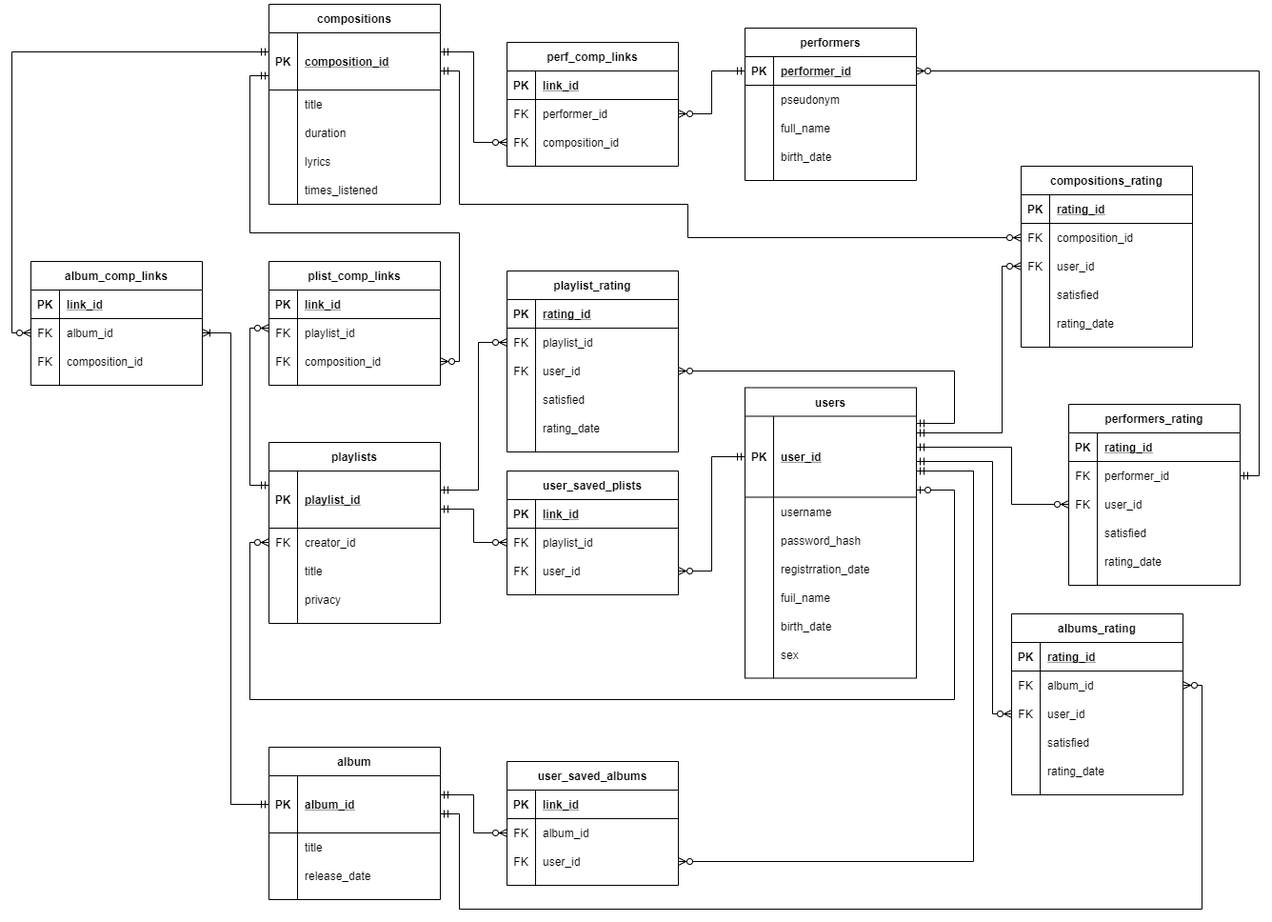
Above: visuals/model 2.png in wmdanor-archive/db_cw_20 (draw.io), before the change. Source tidied: cells renumbered, new cells last; positions are measured from the earlier drawing's top-left corner, leaving out a move shared by most shapes.
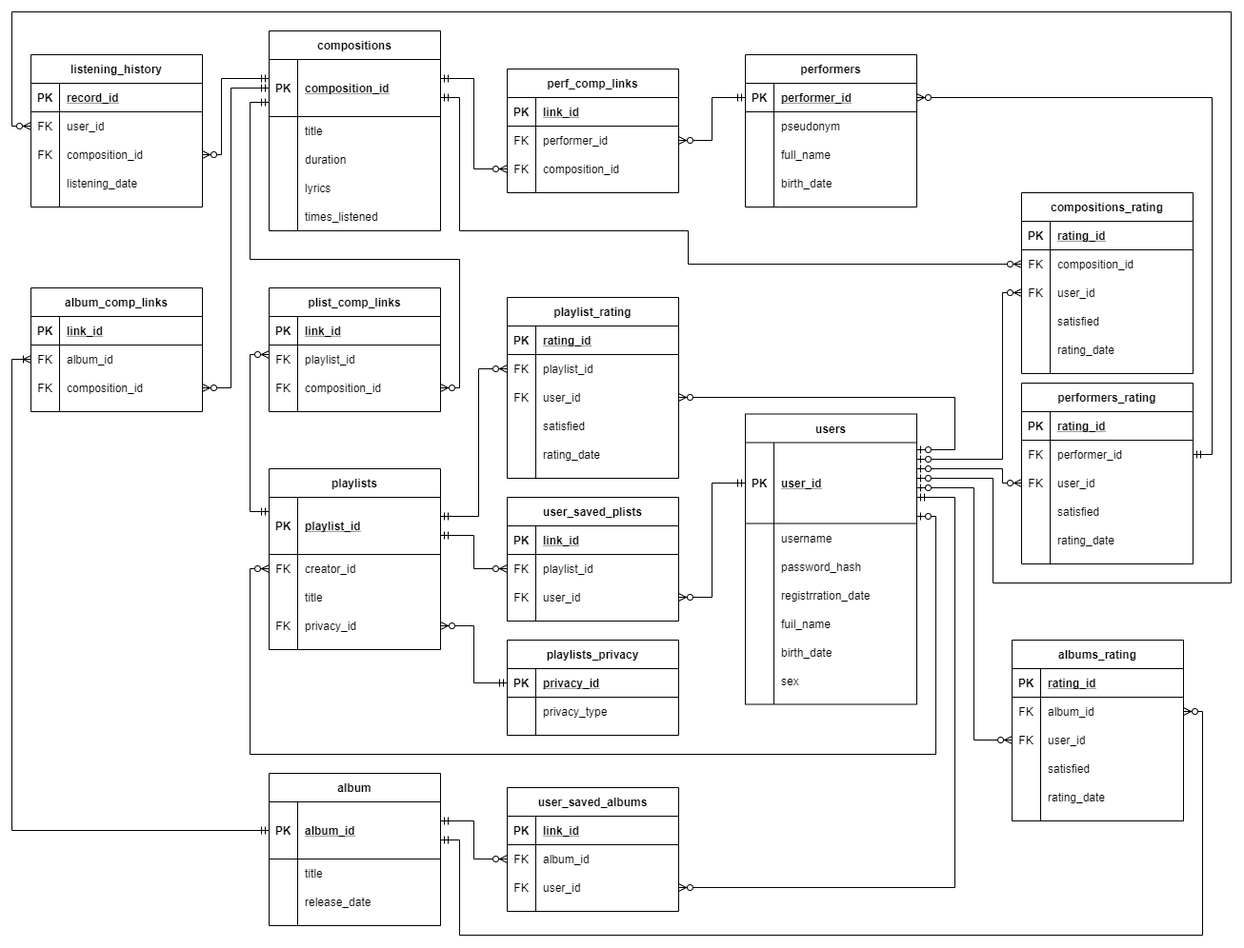
The same diagram one commit later.

Commit message:
databse model done

Diff of the diagram source:
```diff
@@ -75,9 +75,9 @@
     <mxCell id="18" style="edgeStyle=orthogonalEdgeStyle;rounded=0;jettySize=auto;html=1;startArrow=ERzeroToOne;startFill=1;endArrow=ERzeroToMany;endFill=1;" parent="1" edge="1" source="43" target="23">
       <mxGeometry relative="1" as="geometry">
         <Array as="points">
-          <mxPoint x="990" y="510" />
-          <mxPoint x="990" y="730" />
-          <mxPoint x="250" y="730" />
+          <mxPoint x="970" y="510" />
+          <mxPoint x="970" y="760" />
+          <mxPoint x="250" y="760" />
           <mxPoint x="250" y="565" />
         </Array>
       </mxGeometry>
@@ -115,10 +115,10 @@
     <mxCell id="29" style="shape=partialRectangle;fillColor=none;top=0;left=0;bottom=0;right=0;points=[[0,0.5],[1,0.5]];portConstraint=eastwest;" parent="19" vertex="1">
       <mxGeometry y="150" width="180" height="30" as="geometry" />
     </mxCell>
-    <mxCell id="30" style="shape=partialRectangle;fillColor=none;top=0;left=0;bottom=0;right=0;overflow=hidden;" parent="29" vertex="1">
+    <mxCell id="30" value="FK" style="shape=partialRectangle;fillColor=none;top=0;left=0;bottom=0;right=0;overflow=hidden;" parent="29" vertex="1">
       <mxGeometry width="30" height="30" as="geometry" />
     </mxCell>
-    <mxCell id="31" value="privacy" style="shape=partialRectangle;fillColor=none;top=0;left=0;bottom=0;right=0;align=left;spacingLeft=6;overflow=hidden;" parent="29" vertex="1">
+    <mxCell id="31" value="privacy_id" style="shape=partialRectangle;fillColor=none;top=0;left=0;bottom=0;right=0;align=left;spacingLeft=6;overflow=hidden;" parent="29" vertex="1">
       <mxGeometry x="30" width="150" height="30" as="geometry" />
     </mxCell>
     <mxCell id="32" value="user_saved_plists" style="shape=table;startSize=30;rowLines=0;fontStyle=1;align=center;" parent="1" vertex="1">
@@ -334,6 +334,45 @@
     <mxCell id="102" value="birth_date" style="shape=partialRectangle;fillColor=none;top=0;left=0;bottom=0;right=0;align=left;spacingLeft=6;overflow=hidden;" parent="100" vertex="1">
       <mxGeometry x="30" width="150" height="30" as="geometry" />
     </mxCell>
+    <mxCell id="209" value="listening_history" style="shape=table;startSize=30;rowLines=0;fontStyle=1;align=center;" parent="1" vertex="1">
+      <mxGeometry x="20" y="25" width="180" height="160" as="geometry" />
+    </mxCell>
+    <mxCell id="210" style="shape=partialRectangle;fillColor=none;top=0;left=0;bottom=1;right=0;" parent="209" vertex="1">
+      <mxGeometry y="30" width="180" height="30" as="geometry" />
+    </mxCell>
+    <mxCell id="211" value="PK" style="shape=partialRectangle;fillColor=none;top=0;left=0;bottom=0;right=0;fontStyle=1;overflow=hidden;" parent="210" vertex="1">
+      <mxGeometry width="30" height="30" as="geometry" />
+    </mxCell>
+    <mxCell id="212" value="record_id" style="shape=partialRectangle;fillColor=none;top=0;left=0;bottom=0;right=0;align=left;spacingLeft=6;fontStyle=5;overflow=hidden;" parent="210" vertex="1">
+      <mxGeometry x="30" width="150" height="30" as="geometry" />
+    </mxCell>
+    <mxCell id="213" style="shape=partialRectangle;fillColor=none;top=0;left=0;bottom=0;right=0;points=[[0,0.5],[1,0.5]];portConstraint=eastwest;" parent="209" vertex="1">
+      <mxGeometry y="60" width="180" height="30" as="geometry" />
+    </mxCell>
+    <mxCell id="214" value="FK" style="shape=partialRectangle;fillColor=none;top=0;left=0;bottom=0;right=0;overflow=hidden;" parent="213" vertex="1">
+      <mxGeometry width="30" height="30" as="geometry" />
+    </mxCell>
+    <mxCell id="215" value="user_id" style="shape=partialRectangle;fillColor=none;top=0;left=0;bottom=0;right=0;align=left;spacingLeft=6;overflow=hidden;" parent="213" vertex="1">
+      <mxGeometry x="30" width="150" height="30" as="geometry" />
+    </mxCell>
+    <mxCell id="216" style="shape=partialRectangle;fillColor=none;top=0;left=0;bottom=0;right=0;points=[[0,0.5],[1,0.5]];portConstraint=eastwest;" parent="209" vertex="1">
+      <mxGeometry y="90" width="180" height="30" as="geometry" />
+    </mxCell>
+    <mxCell id="217" value="FK" style="shape=partialRectangle;fillColor=none;top=0;left=0;bottom=0;right=0;overflow=hidden;" parent="216" vertex="1">
+      <mxGeometry width="30" height="30" as="geometry" />
+    </mxCell>
+    <mxCell id="218" value="composition_id" style="shape=partialRectangle;fillColor=none;top=0;left=0;bottom=0;right=0;align=left;spacingLeft=6;overflow=hidden;" parent="216" vertex="1">
+      <mxGeometry x="30" width="150" height="30" as="geometry" />
+    </mxCell>
+    <mxCell id="219" style="shape=partialRectangle;fillColor=none;top=0;left=0;bottom=0;right=0;" parent="209" vertex="1">
+      <mxGeometry y="120" width="180" height="30" as="geometry" />
+    </mxCell>
+    <mxCell id="220" style="shape=partialRectangle;fillColor=none;top=0;left=0;bottom=0;right=0;overflow=hidden;" parent="219" vertex="1">
+      <mxGeometry width="30" height="30" as="geometry" />
+    </mxCell>
+    <mxCell id="221" value="listening_date" style="shape=partialRectangle;fillColor=none;top=0;left=0;bottom=0;right=0;align=left;spacingLeft=6;overflow=hidden;" parent="219" vertex="1">
+      <mxGeometry x="30" width="150" height="30" as="geometry" />
+    </mxCell>
     <mxCell id="103" value="album" style="shape=table;startSize=30;rowLines=0;fontStyle=1;align=center;" parent="1" vertex="1">
       <mxGeometry x="270" y="780" width="180" height="160" as="geometry" />
     </mxCell>
@@ -435,8 +474,8 @@
     <mxCell id="134" style="edgeStyle=orthogonalEdgeStyle;rounded=0;jettySize=auto;html=1;startArrow=ERmandOne;startFill=0;endArrow=ERzeroToMany;endFill=1;" parent="1" edge="1" source="43" target="130">
       <mxGeometry relative="1" as="geometry">
         <Array as="points">
-          <mxPoint x="1010" y="490" />
-          <mxPoint x="1010" y="900" />
+          <mxPoint x="990" y="490" />
+          <mxPoint x="990" y="900" />
         </Array>
       </mxGeometry>
     </mxCell>
@@ -450,19 +489,20 @@
         </Array>
       </mxGeometry>
     </mxCell>
-    <mxCell id="136" style="edgeStyle=orthogonalEdgeStyle;rounded=0;jettySize=auto;html=1;entryX=1;entryY=0.5;entryDx=0;entryDy=0;startArrow=ERmandOne;startFill=0;endArrow=ERoneToMany;endFill=0;" parent="1" edge="1" source="104" target="117">
+    <mxCell id="136" style="edgeStyle=orthogonalEdgeStyle;rounded=0;jettySize=auto;html=1;startArrow=ERmandOne;startFill=0;endArrow=ERoneToMany;endFill=0;" parent="1" edge="1" source="104">
       <mxGeometry relative="1" as="geometry">
+        <mxPoint x="20" y="345" as="targetPoint" />
         <Array as="points">
-          <mxPoint x="230" y="840" />
-          <mxPoint x="230" y="345" />
+          <mxPoint y="840" />
+          <mxPoint y="345" />
         </Array>
       </mxGeometry>
     </mxCell>
-    <mxCell id="137" style="edgeStyle=orthogonalEdgeStyle;rounded=0;jettySize=auto;html=1;startArrow=ERmandOne;startFill=0;endArrow=ERzeroToMany;endFill=1;" parent="1" edge="1" source="65" target="117">
+    <mxCell id="137" style="edgeStyle=orthogonalEdgeStyle;rounded=0;jettySize=auto;html=1;startArrow=ERmandOne;startFill=0;endArrow=ERzeroToMany;endFill=1;" parent="1" edge="1" source="65" target="120">
       <mxGeometry relative="1" as="geometry">
         <Array as="points">
-          <mxPoint y="50" />
-          <mxPoint y="345" />
+          <mxPoint x="230" y="60" />
+          <mxPoint x="230" y="375" />
         </Array>
       </mxGeometry>
     </mxCell>
@@ -514,11 +554,11 @@
     <mxCell id="153" value="rating_date" style="shape=partialRectangle;fillColor=none;top=0;left=0;bottom=0;right=0;align=left;spacingLeft=6;overflow=hidden;" parent="151" vertex="1">
       <mxGeometry x="30" width="150" height="30" as="geometry" />
     </mxCell>
-    <mxCell id="154" style="edgeStyle=orthogonalEdgeStyle;rounded=0;jettySize=auto;html=1;startArrow=ERmandOne;startFill=0;endArrow=ERzeroToMany;endFill=1;entryX=0;entryY=0.5;entryDx=0;entryDy=0;" parent="1" edge="1" source="43" target="145">
+    <mxCell id="154" style="edgeStyle=orthogonalEdgeStyle;rounded=0;jettySize=auto;html=1;startArrow=ERzeroToOne;startFill=1;endArrow=ERzeroToMany;endFill=1;entryX=0;entryY=0.5;entryDx=0;entryDy=0;" parent="1" edge="1" source="43" target="145">
       <mxGeometry relative="1" as="geometry">
         <Array as="points">
-          <mxPoint x="1030" y="480" />
-          <mxPoint x="1030" y="745" />
+          <mxPoint x="1010" y="480" />
+          <mxPoint x="1010" y="745" />
         </Array>
       </mxGeometry>
     </mxCell>
@@ -578,7 +618,7 @@
         </Array>
       </mxGeometry>
     </mxCell>
-    <mxCell id="172" style="edgeStyle=orthogonalEdgeStyle;rounded=0;jettySize=auto;html=1;startArrow=ERmandOne;startFill=0;endArrow=ERzeroToMany;endFill=1;entryX=1;entryY=0.5;entryDx=0;entryDy=0;" parent="1" edge="1" source="43" target="162">
+    <mxCell id="172" style="edgeStyle=orthogonalEdgeStyle;rounded=0;jettySize=auto;html=1;startArrow=ERzeroToOne;startFill=1;endArrow=ERzeroToMany;endFill=1;entryX=1;entryY=0.5;entryDx=0;entryDy=0;" parent="1" edge="1" source="43" target="162">
       <mxGeometry relative="1" as="geometry">
         <Array as="points">
           <mxPoint x="990" y="440" />
@@ -586,7 +626,7 @@
         </Array>
       </mxGeometry>
     </mxCell>
-    <mxCell id="173" style="edgeStyle=orthogonalEdgeStyle;rounded=0;jettySize=auto;html=1;startArrow=ERmandOne;startFill=0;endArrow=ERzeroToMany;endFill=1;entryX=0;entryY=0.5;entryDx=0;entryDy=0;" parent="1" edge="1" source="43" target="181">
+    <mxCell id="173" style="edgeStyle=orthogonalEdgeStyle;rounded=0;jettySize=auto;html=1;startArrow=ERzeroToOne;startFill=1;endArrow=ERzeroToMany;endFill=1;entryX=0;entryY=0.5;entryDx=0;entryDy=0;" parent="1" edge="1" source="43" target="181">
       <mxGeometry relative="1" as="geometry">
         <Array as="points">
           <mxPoint x="1040" y="450" />
@@ -652,8 +692,48 @@
         </Array>
       </mxGeometry>
     </mxCell>
+    <mxCell id="207" style="edgeStyle=orthogonalEdgeStyle;rounded=0;jettySize=auto;html=1;startArrow=ERzeroToOne;startFill=1;endArrow=ERzeroToMany;endFill=1;entryX=0;entryY=0.5;entryDx=0;entryDy=0;" parent="1" edge="1" source="43" target="198">
+      <mxGeometry relative="1" as="geometry">
+        <Array as="points">
+          <mxPoint x="1040" y="460" />
+          <mxPoint x="1040" y="475" />
+        </Array>
+      </mxGeometry>
+    </mxCell>
+    <mxCell id="208" style="edgeStyle=orthogonalEdgeStyle;rounded=0;jettySize=auto;html=1;startArrow=ERmandOne;startFill=0;endArrow=ERzeroToMany;endFill=1;exitX=1;exitY=0.5;exitDx=0;exitDy=0;" parent="1" edge="1" source="195" target="91">
+      <mxGeometry relative="1" as="geometry">
+        <Array as="points">
+          <mxPoint x="1260" y="445" />
+          <mxPoint x="1260" y="70" />
+        </Array>
+      </mxGeometry>
+    </mxCell>
+    <mxCell id="222" value="playlists_privacy" style="shape=table;startSize=30;rowLines=0;fontStyle=1;align=center;" parent="1" vertex="1">
+      <mxGeometry x="520" y="640" width="180" height="100" as="geometry" />
+    </mxCell>
+    <mxCell id="223" style="shape=partialRectangle;fillColor=none;top=0;left=0;bottom=1;right=0;points=[[0,0.5],[1,0.5]];portConstraint=eastwest;" parent="222" vertex="1">
+      <mxGeometry y="30" width="180" height="30" as="geometry" />
+    </mxCell>
+    <mxCell id="224" value="PK" style="shape=partialRectangle;fillColor=none;top=0;left=0;bottom=0;right=0;fontStyle=1;overflow=hidden;" parent="223" vertex="1">
+      <mxGeometry width="30" height="30" as="geometry" />
+    </mxCell>
+    <mxCell id="225" value="privacy_id" style="shape=partialRectangle;fillColor=none;top=0;left=0;bottom=0;right=0;align=left;spacingLeft=6;fontStyle=5;overflow=hidden;" parent="223" vertex="1">
+      <mxGeometry x="30" width="150" height="30" as="geometry" />
+    </mxCell>
+    <mxCell id="226" style="shape=partialRectangle;fillColor=none;top=0;left=0;bottom=0;right=0;" parent="222" vertex="1">
+      <mxGeometry y="60" width="180" height="30" as="geometry" />
+    </mxCell>
+    <mxCell id="227" style="shape=partialRectangle;fillColor=none;top=0;left=0;bottom=0;right=0;overflow=hidden;" parent="226" vertex="1">
+      <mxGeometry width="30" height="30" as="geometry" />
+    </mxCell>
+    <mxCell id="228" value="privacy_type" style="shape=partialRectangle;fillColor=none;top=0;left=0;bottom=0;right=0;align=left;spacingLeft=6;overflow=hidden;" parent="226" vertex="1">
+      <mxGeometry x="30" width="150" height="30" as="geometry" />
+    </mxCell>
+    <mxCell id="229" style="edgeStyle=orthogonalEdgeStyle;rounded=0;jettySize=auto;html=1;endArrow=ERmandOne;endFill=0;startArrow=ERzeroToMany;startFill=1;" parent="1" edge="1" source="29" target="223">
+      <mxGeometry relative="1" as="geometry" />
+    </mxCell>
     <mxCell id="191" value="performers_rating" style="shape=table;startSize=30;rowLines=0;fontStyle=1;align=center;" parent="1" vertex="1">
-      <mxGeometry x="1110" y="420" width="180" height="190" as="geometry" />
+      <mxGeometry x="1060" y="370" width="180" height="190" as="geometry" />
     </mxCell>
     <mxCell id="192" style="shape=partialRectangle;fillColor=none;top=0;left=0;bottom=1;right=0;" parent="191" vertex="1">
       <mxGeometry y="30" width="180" height="30" as="geometry" />
@@ -700,21 +780,25 @@
     <mxCell id="206" value="rating_date" style="shape=partialRectangle;fillColor=none;top=0;left=0;bottom=0;right=0;align=left;spacingLeft=6;overflow=hidden;" parent="204" vertex="1">
       <mxGeometry x="30" width="150" height="30" as="geometry" />
     </mxCell>
-    <mxCell id="207" style="edgeStyle=orthogonalEdgeStyle;rounded=0;jettySize=auto;html=1;startArrow=ERmandOne;startFill=0;endArrow=ERzeroToMany;endFill=1;entryX=0;entryY=0.5;entryDx=0;entryDy=0;" parent="1" edge="1" source="43" target="198">
-      <mxGeometry relative="1" as="geometry">
-        <Array as="points">
-          <mxPoint x="1050" y="465" />
-          <mxPoint x="1050" y="525" />
-        </Array>
-      </mxGeometry>
-    </mxCell>
-    <mxCell id="208" style="edgeStyle=orthogonalEdgeStyle;rounded=0;jettySize=auto;html=1;startArrow=ERmandOne;startFill=0;endArrow=ERzeroToMany;endFill=1;" parent="1" edge="1" source="195" target="91">
-      <mxGeometry relative="1" as="geometry">
-        <Array as="points">
-          <mxPoint x="1310" y="495" />
-          <mxPoint x="1310" y="70" />
-        </Array>
-      </mxGeometry>
-    </mxCell>
+    <mxCell id="230" style="edgeStyle=orthogonalEdgeStyle;rounded=0;jettySize=auto;html=1;startArrow=ERzeroToOne;startFill=1;endArrow=ERzeroToMany;endFill=1;entryX=0;entryY=0.5;entryDx=0;entryDy=0;" parent="1" edge="1" source="43" target="213">
+      <mxGeometry relative="1" as="geometry">
+        <Array as="points">
+          <mxPoint x="1030" y="470" />
+          <mxPoint x="1030" y="580" />
+          <mxPoint x="1280" y="580" />
+          <mxPoint x="1280" y="-20" />
+          <mxPoint y="-20" />
+          <mxPoint y="100" />
+        </Array>
+      </mxGeometry>
+    </mxCell>
+    <mxCell id="231" style="edgeStyle=orthogonalEdgeStyle;rounded=0;jettySize=auto;html=1;entryX=1;entryY=0.5;entryDx=0;entryDy=0;startArrow=ERmandOne;startFill=0;endArrow=ERzeroToMany;endFill=1;" parent="1" edge="1" source="65" target="216">
+      <mxGeometry relative="1" as="geometry">
+        <Array as="points">
+          <mxPoint x="220" y="50" />
+          <mxPoint x="220" y="130" />
+        </Array>
+      </mxGeometry>
+    </mxCell>
   </root>
 </mxGraphModel>
```
